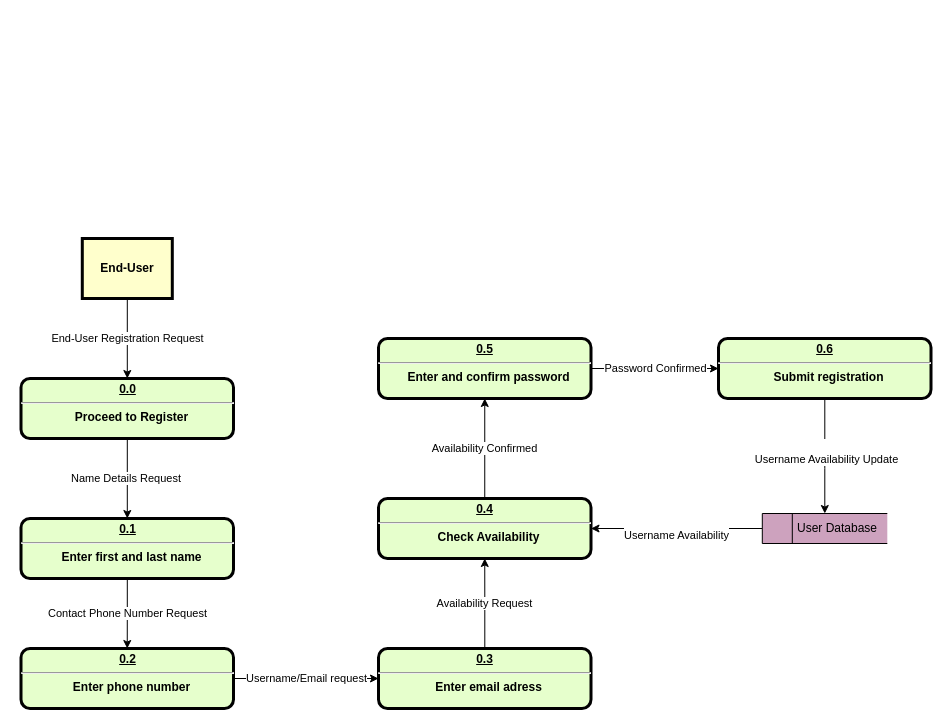
Awrmani/AutoQuotes keeps this draw.io diagram as Data_Flow_Diagrams/RegistrationDFD.drawio. Above is the earlier version. Source tidied: cells renumbered, new cells numbered last; positions are measured from the earlier drawing's top-left corner, leaving out a move shared by most shapes. Both pictures are drawn from the tidied source at 100%, with x=0, y=0 at pixel (20, 238).
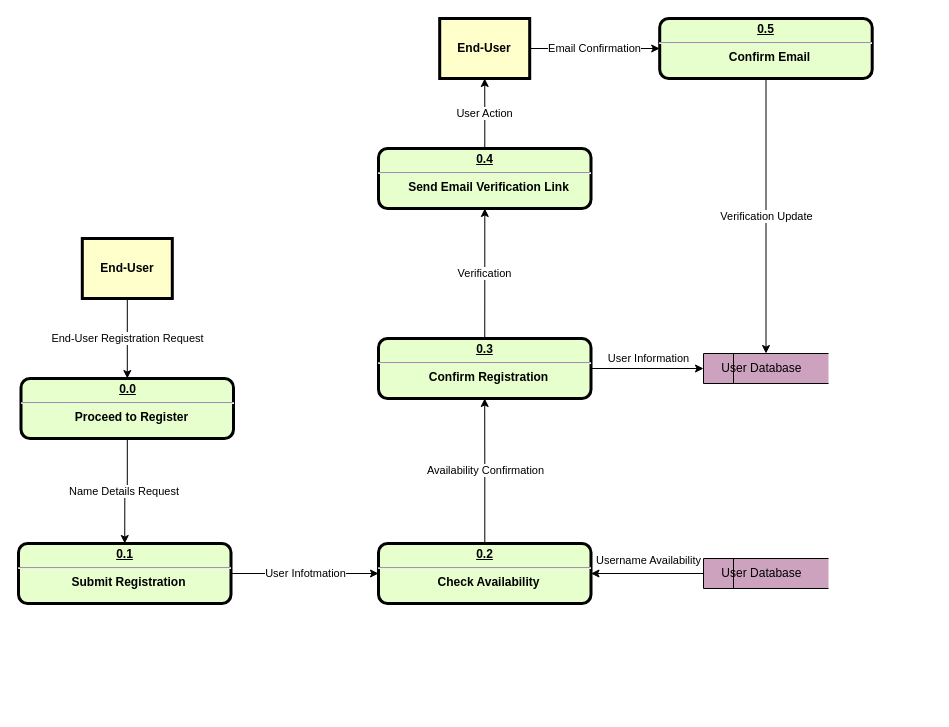
Above is the later version.

Unchanged cells that the change refers to:
```xml
<mxCell id="5" value="&lt;p style=&quot;margin: 0px; margin-top: 4px; text-align: center; text-decoration: underline;&quot;&gt;&lt;strong&gt;0.0&lt;/strong&gt;&lt;/p&gt;&lt;hr&gt;&lt;p style=&quot;margin: 0px; margin-left: 8px;&quot;&gt;Proceed to Register&lt;/p&gt;" style="verticalAlign=middle;align=center;overflow=fill;fontSize=12;fontFamily=Helvetica;html=1;rounded=1;fontStyle=1;strokeWidth=3;fillColor=#E6FFCC;" parent="1" vertex="1">
  <mxGeometry x="0.5" y="140" width="212.5" height="60" as="geometry" />
</mxCell>
```

What changed in the source:
```diff
@@
-    <mxCell id="2" value="End-User Registration Request" style="edgeStyle=orthogonalEdgeStyle;rounded=0;jettySize=auto;html=1;" parent="1" edge="1" source="3" target="5">
+    <mxCell id="2" value="End-User Registration Request" style="edgeStyle=orthogonalEdgeStyle;rounded=0;jettySize=auto;html=1;" parent="1" edge="1" source="21" target="5">
       <mxGeometry relative="1" as="geometry" />
     </mxCell>
-    <mxCell id="3" value="End-User" style="whiteSpace=wrap;align=center;verticalAlign=middle;fontStyle=1;strokeWidth=3;fillColor=#FFFFCC;" parent="1" vertex="1">
-      <mxGeometry x="61.8" width="90" height="60" as="geometry" />
-    </mxCell>
+    <mxCell id="21" value="End-User" style="whiteSpace=wrap;align=center;verticalAlign=middle;fontStyle=1;strokeWidth=3;fillColor=#FFFFCC;" parent="1" vertex="1">
+      <mxGeometry x="61.8" width="90" height="60" as="geometry" />
+    </mxCell>
-    <mxCell id="4" value="Name Details Request&amp;nbsp;" style="edgeStyle=orthogonalEdgeStyle;rounded=0;jettySize=auto;html=1;" parent="1" edge="1" source="5">
-      <mxGeometry relative="1" as="geometry">
-        <mxPoint x="106.8" y="280" as="targetPoint" />
-      </mxGeometry>
+    <mxCell id="4" value="Name Details Request&amp;nbsp;" style="edgeStyle=orthogonalEdgeStyle;rounded=0;jettySize=auto;html=1;entryX=0.5;entryY=0;entryDx=0;entryDy=0;" parent="1" edge="1" source="5" target="23">
+      <mxGeometry relative="1" as="geometry" />
     </mxCell>
@@
-    <mxCell id="6" value="Contact Phone Number Request" style="edgeStyle=orthogonalEdgeStyle;rounded=0;jettySize=auto;html=1;entryX=0.5;entryY=0;entryDx=0;entryDy=0;" parent="1" edge="1" source="7" target="9">
-      <mxGeometry relative="1" as="geometry" />
-    </mxCell>
-    <mxCell id="7" value="&lt;p style=&quot;margin: 0px; margin-top: 4px; text-align: center; text-decoration: underline;&quot;&gt;&lt;strong&gt;0.1&lt;/strong&gt;&lt;/p&gt;&lt;hr&gt;&lt;p style=&quot;margin: 0px; margin-left: 8px;&quot;&gt;Enter first and last name&lt;/p&gt;" style="verticalAlign=middle;align=center;overflow=fill;fontSize=12;fontFamily=Helvetica;html=1;rounded=1;fontStyle=1;strokeWidth=3;fillColor=#E6FFCC;" parent="1" vertex="1">
-      <mxGeometry x="0.5" y="280" width="212.5" height="60" as="geometry" />
-    </mxCell>
-    <mxCell id="8" value="Username/Email request" style="edgeStyle=orthogonalEdgeStyle;rounded=0;jettySize=auto;html=1;entryX=0;entryY=0.5;entryDx=0;entryDy=0;" parent="1" edge="1" source="9" target="11">
-      <mxGeometry relative="1" as="geometry" />
-    </mxCell>
-    <mxCell id="9" value="&lt;p style=&quot;margin: 0px; margin-top: 4px; text-align: center; text-decoration: underline;&quot;&gt;&lt;strong&gt;0.2&lt;/strong&gt;&lt;/p&gt;&lt;hr&gt;&lt;p style=&quot;margin: 0px; margin-left: 8px;&quot;&gt;Enter phone number&lt;/p&gt;" style="verticalAlign=middle;align=center;overflow=fill;fontSize=12;fontFamily=Helvetica;html=1;rounded=1;fontStyle=1;strokeWidth=3;fillColor=#E6FFCC;" parent="1" vertex="1">
-      <mxGeometry x="0.5" y="410" width="212.5" height="60" as="geometry" />
-    </mxCell>
-    <mxCell id="10" value="Availability Request" style="edgeStyle=orthogonalEdgeStyle;rounded=0;jettySize=auto;html=1;entryX=0.5;entryY=1;entryDx=0;entryDy=0;" parent="1" edge="1" source="11" target="13">
-      <mxGeometry relative="1" as="geometry" />
-    </mxCell>
-    <mxCell id="11" value="&lt;p style=&quot;margin: 0px; margin-top: 4px; text-align: center; text-decoration: underline;&quot;&gt;&lt;strong&gt;0.3&lt;/strong&gt;&lt;/p&gt;&lt;hr&gt;&lt;p style=&quot;margin: 0px; margin-left: 8px;&quot;&gt;Enter email adress&lt;/p&gt;" style="verticalAlign=middle;align=center;overflow=fill;fontSize=12;fontFamily=Helvetica;html=1;rounded=1;fontStyle=1;strokeWidth=3;fillColor=#E6FFCC;" parent="1" vertex="1">
-      <mxGeometry x="358" y="410" width="212.5" height="60" as="geometry" />
-    </mxCell>
-    <mxCell id="12" value="Availability Confirmed" style="edgeStyle=orthogonalEdgeStyle;rounded=0;jettySize=auto;html=1;" parent="1" edge="1" source="13" target="17">
-      <mxGeometry relative="1" as="geometry" />
-    </mxCell>
-    <mxCell id="13" value="&lt;p style=&quot;margin: 0px; margin-top: 4px; text-align: center; text-decoration: underline;&quot;&gt;&lt;strong&gt;0.4&lt;/strong&gt;&lt;/p&gt;&lt;hr&gt;&lt;p style=&quot;margin: 0px; margin-left: 8px;&quot;&gt;Check Availability&lt;/p&gt;" style="verticalAlign=middle;align=center;overflow=fill;fontSize=12;fontFamily=Helvetica;html=1;rounded=1;fontStyle=1;strokeWidth=3;fillColor=#E6FFCC;" parent="1" vertex="1">
-      <mxGeometry x="358" y="260" width="212.5" height="60" as="geometry" />
-    </mxCell>
+    <mxCell id="22" value="User Infotmation" style="edgeStyle=orthogonalEdgeStyle;rounded=0;jettySize=auto;html=1;entryX=0;entryY=0.5;entryDx=0;entryDy=0;" parent="1" edge="1" source="23" target="25">
+      <mxGeometry relative="1" as="geometry" />
+    </mxCell>
+    <mxCell id="23" value="&lt;p style=&quot;margin: 0px; margin-top: 4px; text-align: center; text-decoration: underline;&quot;&gt;&lt;strong&gt;0.1&lt;/strong&gt;&lt;/p&gt;&lt;hr&gt;&lt;p style=&quot;margin: 0px; margin-left: 8px;&quot;&gt;Submit Registration&lt;/p&gt;" style="verticalAlign=middle;align=center;overflow=fill;fontSize=12;fontFamily=Helvetica;html=1;rounded=1;fontStyle=1;strokeWidth=3;fillColor=#E6FFCC;" parent="1" vertex="1">
+      <mxGeometry x="-2" y="305" width="212.5" height="60" as="geometry" />
+    </mxCell>
+    <mxCell id="24" value="Availability Confirmation" style="edgeStyle=orthogonalEdgeStyle;rounded=0;jettySize=auto;html=1;" parent="1" edge="1" source="25">
+      <mxGeometry relative="1" as="geometry">
+        <mxPoint x="464.2" y="160" as="targetPoint" />
+      </mxGeometry>
+    </mxCell>
+    <mxCell id="25" value="&lt;p style=&quot;margin: 0px; margin-top: 4px; text-align: center; text-decoration: underline;&quot;&gt;&lt;strong&gt;0.2&lt;/strong&gt;&lt;/p&gt;&lt;hr&gt;&lt;p style=&quot;margin: 0px; margin-left: 8px;&quot;&gt;Check Availability&lt;/p&gt;" style="verticalAlign=middle;align=center;overflow=fill;fontSize=12;fontFamily=Helvetica;html=1;rounded=1;fontStyle=1;strokeWidth=3;fillColor=#E6FFCC;" parent="1" vertex="1">
+      <mxGeometry x="358" y="305" width="212.5" height="60" as="geometry" />
+    </mxCell>
-    <mxCell id="14" value="&lt;br&gt;&lt;span style=&quot;color: rgb(0, 0, 0); font-family: Helvetica; font-size: 11px; font-style: normal; font-variant-ligatures: normal; font-variant-caps: normal; font-weight: 400; letter-spacing: normal; orphans: 2; text-align: center; text-indent: 0px; text-transform: none; widows: 2; word-spacing: 0px; -webkit-text-stroke-width: 0px; background-color: rgb(255, 255, 255); text-decoration-thickness: initial; text-decoration-style: initial; text-decoration-color: initial; float: none; display: inline !important;&quot;&gt;Username Availability&lt;/span&gt;&lt;br&gt;" style="edgeStyle=orthogonalEdgeStyle;rounded=0;jettySize=auto;html=1;" parent="1" edge="1" source="15" target="13">
-      <mxGeometry relative="1" as="geometry" />
+    <mxCell id="14" value="&lt;br&gt;&lt;span style=&quot;color: rgb(0, 0, 0); font-family: Helvetica; font-size: 11px; font-style: normal; font-variant-ligatures: normal; font-variant-caps: normal; font-weight: 400; letter-spacing: normal; orphans: 2; text-align: center; text-indent: 0px; text-transform: none; widows: 2; word-spacing: 0px; -webkit-text-stroke-width: 0px; background-color: rgb(255, 255, 255); text-decoration-thickness: initial; text-decoration-style: initial; text-decoration-color: initial; float: none; display: inline !important;&quot;&gt;Username Availability&lt;/span&gt;&lt;br&gt;" style="edgeStyle=orthogonalEdgeStyle;rounded=0;jettySize=auto;html=1;" parent="1" edge="1" source="26" target="25">
+      <mxGeometry x="-0.02" y="-20" relative="1" as="geometry" />
     </mxCell>
-    <mxCell id="15" value="&lt;span style=&quot;white-space: pre;&quot;&gt; &lt;span style=&quot;white-space: pre;&quot;&gt; &lt;span style=&quot;white-space: pre;&quot;&gt;&#9;&lt;/span&gt;&lt;/span&gt;&lt;/span&gt;&amp;nbsp;User Database" style="html=1;dashed=0;whitespace=wrap;shape=mxgraph.dfd.dataStoreID;align=left;spacingLeft=3;points=[[0,0],[0.5,0],[1,0],[0,0.5],[1,0.5],[0,1],[0.5,1],[1,1]];fillColor=#CDA2BE;" parent="1" vertex="1">
-      <mxGeometry x="741.8" y="275" width="125" height="30" as="geometry" />
-    </mxCell>
-    <mxCell id="16" value="Password Confirmed" style="edgeStyle=orthogonalEdgeStyle;rounded=0;jettySize=auto;html=1;entryX=0;entryY=0.5;entryDx=0;entryDy=0;" parent="1" edge="1" source="17" target="20">
-      <mxGeometry relative="1" as="geometry" />
-    </mxCell>
-    <mxCell id="17" value="&lt;p style=&quot;margin: 0px; margin-top: 4px; text-align: center; text-decoration: underline;&quot;&gt;&lt;strong&gt;0.5&lt;/strong&gt;&lt;/p&gt;&lt;hr&gt;&lt;p style=&quot;margin: 0px; margin-left: 8px;&quot;&gt;Enter and confirm password&lt;/p&gt;" style="verticalAlign=middle;align=center;overflow=fill;fontSize=12;fontFamily=Helvetica;html=1;rounded=1;fontStyle=1;strokeWidth=3;fillColor=#E6FFCC;" parent="1" vertex="1">
-      <mxGeometry x="358" y="100" width="212.5" height="60" as="geometry" />
-    </mxCell>
-    <mxCell id="18" style="edgeStyle=orthogonalEdgeStyle;rounded=0;jettySize=auto;html=1;entryX=0.5;entryY=0;entryDx=0;entryDy=0;" parent="1" edge="1" source="20" target="15">
-      <mxGeometry relative="1" as="geometry">
-        <Array as="points">
-          <mxPoint x="804" y="230" />
-          <mxPoint x="804" y="230" />
-        </Array>
-      </mxGeometry>
-    </mxCell>
-    <mxCell id="19" value="&lt;br&gt;Username Availability Update" style="edgeLabel;html=1;align=center;verticalAlign=middle;" parent="18" vertex="1">
-      <mxGeometry x="-0.07" y="1" relative="1" as="geometry" />
-    </mxCell>
-    <mxCell id="20" value="&lt;p style=&quot;margin: 0px; margin-top: 4px; text-align: center; text-decoration: underline;&quot;&gt;&lt;strong&gt;0.6&lt;/strong&gt;&lt;/p&gt;&lt;hr&gt;&lt;p style=&quot;margin: 0px; margin-left: 8px;&quot;&gt;Submit registration&lt;/p&gt;" style="verticalAlign=middle;align=center;overflow=fill;fontSize=12;fontFamily=Helvetica;html=1;rounded=1;fontStyle=1;strokeWidth=3;fillColor=#E6FFCC;" parent="1" vertex="1">
-      <mxGeometry x="698" y="100" width="212.5" height="60" as="geometry" />
-    </mxCell>
+    <mxCell id="26" value="&lt;span style=&quot;white-space: pre;&quot;&gt; &lt;span style=&quot;white-space: pre;&quot;&gt; &lt;span style=&quot;white-space: pre;&quot;&gt; &lt;/span&gt;&lt;/span&gt;&lt;/span&gt;&amp;nbsp;User Database" style="html=1;dashed=0;whitespace=wrap;shape=mxgraph.dfd.dataStoreID;align=left;spacingLeft=3;points=[[0,0],[0.5,0],[1,0],[0,0.5],[1,0.5],[0,1],[0.5,1],[1,1]];fillColor=#CDA2BE;" parent="1" vertex="1">
+      <mxGeometry x="683" y="320" width="125" height="30" as="geometry" />
+    </mxCell>
+    <mxCell id="27" value="Verification" style="edgeStyle=orthogonalEdgeStyle;rounded=0;jettySize=auto;html=1;exitX=0.5;exitY=0;exitDx=0;exitDy=0;" parent="1" edge="1" source="30" target="32">
+      <mxGeometry relative="1" as="geometry" />
+    </mxCell>
+    <mxCell id="28" value="&lt;span style=&quot;white-space: pre;&quot;&gt; &lt;span style=&quot;white-space: pre;&quot;&gt; &lt;span style=&quot;white-space: pre;&quot;&gt; &lt;/span&gt;&lt;/span&gt;&lt;/span&gt;&amp;nbsp;User Database" style="html=1;dashed=0;whitespace=wrap;shape=mxgraph.dfd.dataStoreID;align=left;spacingLeft=3;points=[[0,0],[0.5,0],[1,0],[0,0.5],[1,0.5],[0,1],[0.5,1],[1,1]];fillColor=#CDA2BE;" parent="1" vertex="1">
+      <mxGeometry x="683" y="115" width="125" height="30" as="geometry" />
+    </mxCell>
+    <mxCell id="29" value="User Information" style="edgeStyle=orthogonalEdgeStyle;rounded=0;jettySize=auto;html=1;entryX=0;entryY=0.5;entryDx=0;entryDy=0;" parent="1" edge="1" source="30" target="28">
+      <mxGeometry x="0.02" y="10" relative="1" as="geometry" />
+    </mxCell>
+    <mxCell id="30" value="&lt;p style=&quot;margin: 0px; margin-top: 4px; text-align: center; text-decoration: underline;&quot;&gt;&lt;strong&gt;0.3&lt;/strong&gt;&lt;/p&gt;&lt;hr&gt;&lt;p style=&quot;margin: 0px; margin-left: 8px;&quot;&gt;Confirm Registration&lt;/p&gt;" style="verticalAlign=middle;align=center;overflow=fill;fontSize=12;fontFamily=Helvetica;html=1;rounded=1;fontStyle=1;strokeWidth=3;fillColor=#E6FFCC;" parent="1" vertex="1">
+      <mxGeometry x="358" y="100" width="212.5" height="60" as="geometry" />
+    </mxCell>
+    <mxCell id="31" value="User Action" style="edgeStyle=orthogonalEdgeStyle;rounded=0;jettySize=auto;html=1;entryX=0.5;entryY=1;entryDx=0;entryDy=0;" parent="1" edge="1" source="32" target="34">
+      <mxGeometry relative="1" as="geometry" />
+    </mxCell>
+    <mxCell id="32" value="&lt;p style=&quot;margin: 0px; margin-top: 4px; text-align: center; text-decoration: underline;&quot;&gt;&lt;strong&gt;0.4&lt;/strong&gt;&lt;/p&gt;&lt;hr&gt;&lt;p style=&quot;margin: 0px; margin-left: 8px;&quot;&gt;Send Email Verification Link&lt;/p&gt;" style="verticalAlign=middle;align=center;overflow=fill;fontSize=12;fontFamily=Helvetica;html=1;rounded=1;fontStyle=1;strokeWidth=3;fillColor=#E6FFCC;" parent="1" vertex="1">
+      <mxGeometry x="358" y="-90" width="212.5" height="60" as="geometry" />
+    </mxCell>
+    <mxCell id="33" value="Email Confirmation" style="edgeStyle=orthogonalEdgeStyle;rounded=0;jettySize=auto;html=1;entryX=0;entryY=0.5;entryDx=0;entryDy=0;" parent="1" edge="1" source="34" target="36">
+      <mxGeometry relative="1" as="geometry" />
+    </mxCell>
+    <mxCell id="34" value="End-User" style="whiteSpace=wrap;align=center;verticalAlign=middle;fontStyle=1;strokeWidth=3;fillColor=#FFFFCC;" parent="1" vertex="1">
+      <mxGeometry x="419.2" y="-220" width="90" height="60" as="geometry" />
+    </mxCell>
+    <mxCell id="35" value="Verification Update" style="edgeStyle=orthogonalEdgeStyle;rounded=0;jettySize=auto;html=1;entryX=0.5;entryY=0;entryDx=0;entryDy=0;" parent="1" edge="1" source="36" target="28">
+      <mxGeometry relative="1" as="geometry" />
+    </mxCell>
+    <mxCell id="36" value="&lt;p style=&quot;margin: 0px; margin-top: 4px; text-align: center; text-decoration: underline;&quot;&gt;&lt;strong&gt;0.5&lt;/strong&gt;&lt;/p&gt;&lt;hr&gt;&lt;p style=&quot;margin: 0px; margin-left: 8px;&quot;&gt;Confirm Email&lt;/p&gt;" style="verticalAlign=middle;align=center;overflow=fill;fontSize=12;fontFamily=Helvetica;html=1;rounded=1;fontStyle=1;strokeWidth=3;fillColor=#E6FFCC;" parent="1" vertex="1">
+      <mxGeometry x="639.2" y="-220" width="212.5" height="60" as="geometry" />
+    </mxCell>
```
